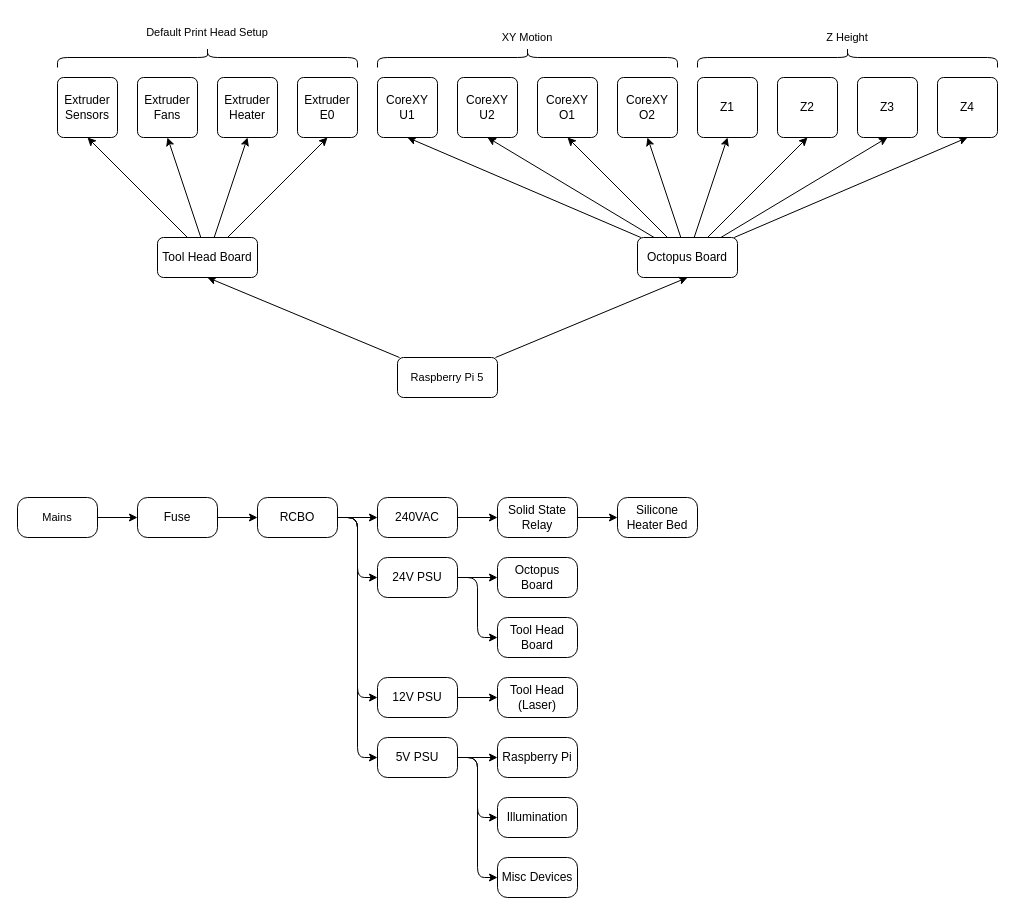
Earlier version of the draw.io diagram page "Electrical" (5 of 7) of Documents/Raven.drawio (XCR1793/Raven-3D). Source tidied: cells renumbered, new cells numbered last; positions are measured from the earlier drawing's top-left corner, leaving out a move shared by most shapes. Both pictures are drawn from the tidied source at 100%, with x=0, y=0 at pixel (17, 17).
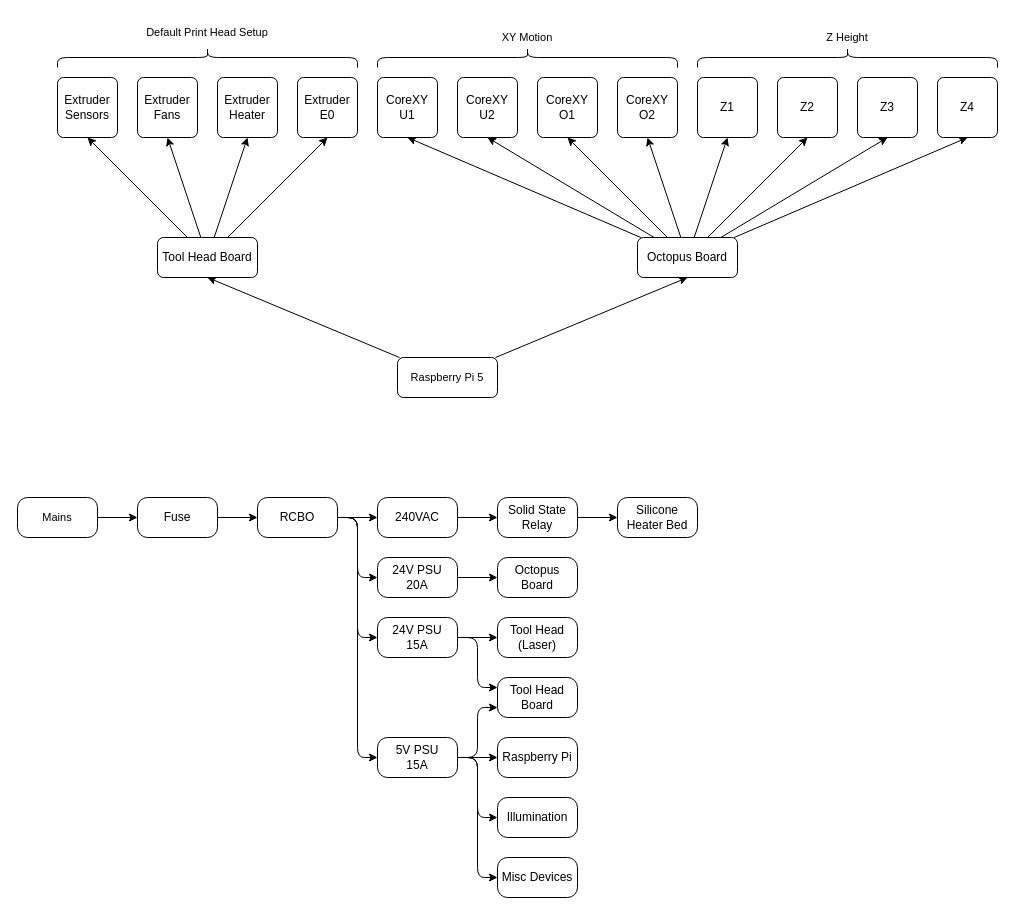
Above is the later version.

The change refers to these unchanged cells:
```xml
<mxCell id="45" value="RCBO" style="rounded=1;whiteSpace=wrap;html=1;absoluteArcSize=1;" parent="1" vertex="1">
  <mxGeometry x="240" y="480" width="80" height="40" as="geometry" />
</mxCell>
```

Change to the diagram source:
```diff
@@
-    <mxCell id="44" style="edgeStyle=orthogonalEdgeStyle;shape=connector;curved=0;rounded=1;jettySize=auto;html=1;exitX=1;exitY=0.5;exitDx=0;exitDy=0;entryX=0;entryY=0.5;entryDx=0;entryDy=0;strokeColor=default;align=center;verticalAlign=middle;fontFamily=Helvetica;fontSize=11;fontColor=default;labelBackgroundColor=default;endArrow=classic;" parent="1" edge="1" source="45" target="64">
-      <mxGeometry relative="1" as="geometry" />
-    </mxCell>
+    <mxCell id="66" style="edgeStyle=orthogonalEdgeStyle;shape=connector;curved=0;rounded=1;jettySize=auto;html=1;exitX=1;exitY=0.5;exitDx=0;exitDy=0;entryX=0;entryY=0.5;entryDx=0;entryDy=0;strokeColor=default;align=center;verticalAlign=middle;fontFamily=Helvetica;fontSize=11;fontColor=default;labelBackgroundColor=default;endArrow=classic;" parent="1" edge="1" source="45" target="69">
+      <mxGeometry relative="1" as="geometry" />
+    </mxCell>
@@
-    <mxCell id="47" style="edgeStyle=orthogonalEdgeStyle;shape=connector;curved=0;rounded=1;jettySize=auto;html=1;exitX=1;exitY=0.5;exitDx=0;exitDy=0;entryX=0;entryY=0.5;entryDx=0;entryDy=0;strokeColor=default;align=center;verticalAlign=middle;fontFamily=Helvetica;fontSize=11;fontColor=default;labelBackgroundColor=default;endArrow=classic;" parent="1" edge="1" source="48" target="57">
+    <mxCell id="47" style="edgeStyle=orthogonalEdgeStyle;shape=connector;curved=0;rounded=1;jettySize=auto;html=1;exitX=1;exitY=0.5;exitDx=0;exitDy=0;entryX=0;entryY=0.25;entryDx=0;entryDy=0;strokeColor=default;align=center;verticalAlign=middle;fontFamily=Helvetica;fontSize=11;fontColor=default;labelBackgroundColor=default;endArrow=classic;" parent="1" edge="1" source="69" target="57">
       <mxGeometry relative="1" as="geometry" />
     </mxCell>
-    <mxCell id="48" value="24V PSU" style="rounded=1;whiteSpace=wrap;html=1;absoluteArcSize=1;" parent="1" vertex="1">
+    <mxCell id="48" value="24V PSU&lt;div&gt;20A&lt;/div&gt;" style="rounded=1;whiteSpace=wrap;html=1;absoluteArcSize=1;" parent="1" vertex="1">
       <mxGeometry x="360" y="540" width="80" height="40" as="geometry" />
     </mxCell>
@@
+    <mxCell id="67" style="edgeStyle=orthogonalEdgeStyle;shape=connector;curved=0;rounded=1;jettySize=auto;html=1;exitX=1;exitY=0.5;exitDx=0;exitDy=0;entryX=0;entryY=0.75;entryDx=0;entryDy=0;strokeColor=default;align=center;verticalAlign=middle;fontFamily=Helvetica;fontSize=11;fontColor=default;labelBackgroundColor=default;endArrow=classic;" parent="1" edge="1" source="52" target="57">
+      <mxGeometry relative="1" as="geometry" />
+    </mxCell>
-    <mxCell id="52" value="5V PSU" style="rounded=1;whiteSpace=wrap;html=1;absoluteArcSize=1;" parent="1" vertex="1">
+    <mxCell id="52" value="5V PSU&lt;div&gt;15A&lt;/div&gt;" style="rounded=1;whiteSpace=wrap;html=1;absoluteArcSize=1;" parent="1" vertex="1">
       <mxGeometry x="360" y="720" width="80" height="40" as="geometry" />
     </mxCell>
@@
     <mxCell id="57" value="Tool Head Board" style="rounded=1;whiteSpace=wrap;html=1;absoluteArcSize=1;" parent="1" vertex="1">
-      <mxGeometry x="480" y="600" width="80" height="40" as="geometry" />
+      <mxGeometry x="480" y="660" width="80" height="40" as="geometry" />
     </mxCell>
@@
-    <mxCell id="63" style="edgeStyle=orthogonalEdgeStyle;shape=connector;curved=0;rounded=1;jettySize=auto;html=1;exitX=1;exitY=0.5;exitDx=0;exitDy=0;entryX=0;entryY=0.5;entryDx=0;entryDy=0;strokeColor=default;align=center;verticalAlign=middle;fontFamily=Helvetica;fontSize=11;fontColor=default;labelBackgroundColor=default;endArrow=classic;" parent="1" edge="1" source="64" target="65">
-      <mxGeometry relative="1" as="geometry" />
-    </mxCell>
-    <mxCell id="64" value="12V PSU" style="rounded=1;whiteSpace=wrap;html=1;absoluteArcSize=1;" parent="1" vertex="1">
-      <mxGeometry x="360" y="660" width="80" height="40" as="geometry" />
-    </mxCell>
     <mxCell id="65" value="Tool Head&lt;div&gt;(Laser)&lt;/div&gt;" style="rounded=1;whiteSpace=wrap;html=1;absoluteArcSize=1;" parent="1" vertex="1">
-      <mxGeometry x="480" y="660" width="80" height="40" as="geometry" />
+      <mxGeometry x="480" y="600" width="80" height="40" as="geometry" />
     </mxCell>
+    <mxCell id="68" style="edgeStyle=orthogonalEdgeStyle;shape=connector;curved=0;rounded=1;jettySize=auto;html=1;exitX=1;exitY=0.5;exitDx=0;exitDy=0;entryX=0;entryY=0.5;entryDx=0;entryDy=0;strokeColor=default;align=center;verticalAlign=middle;fontFamily=Helvetica;fontSize=11;fontColor=default;labelBackgroundColor=default;endArrow=classic;" parent="1" edge="1" source="69" target="65">
+      <mxGeometry relative="1" as="geometry" />
+    </mxCell>
+    <mxCell id="69" value="24V PSU&lt;div&gt;15A&lt;/div&gt;" style="rounded=1;whiteSpace=wrap;html=1;absoluteArcSize=1;" parent="1" vertex="1">
+      <mxGeometry x="360" y="600" width="80" height="40" as="geometry" />
+    </mxCell>
```
